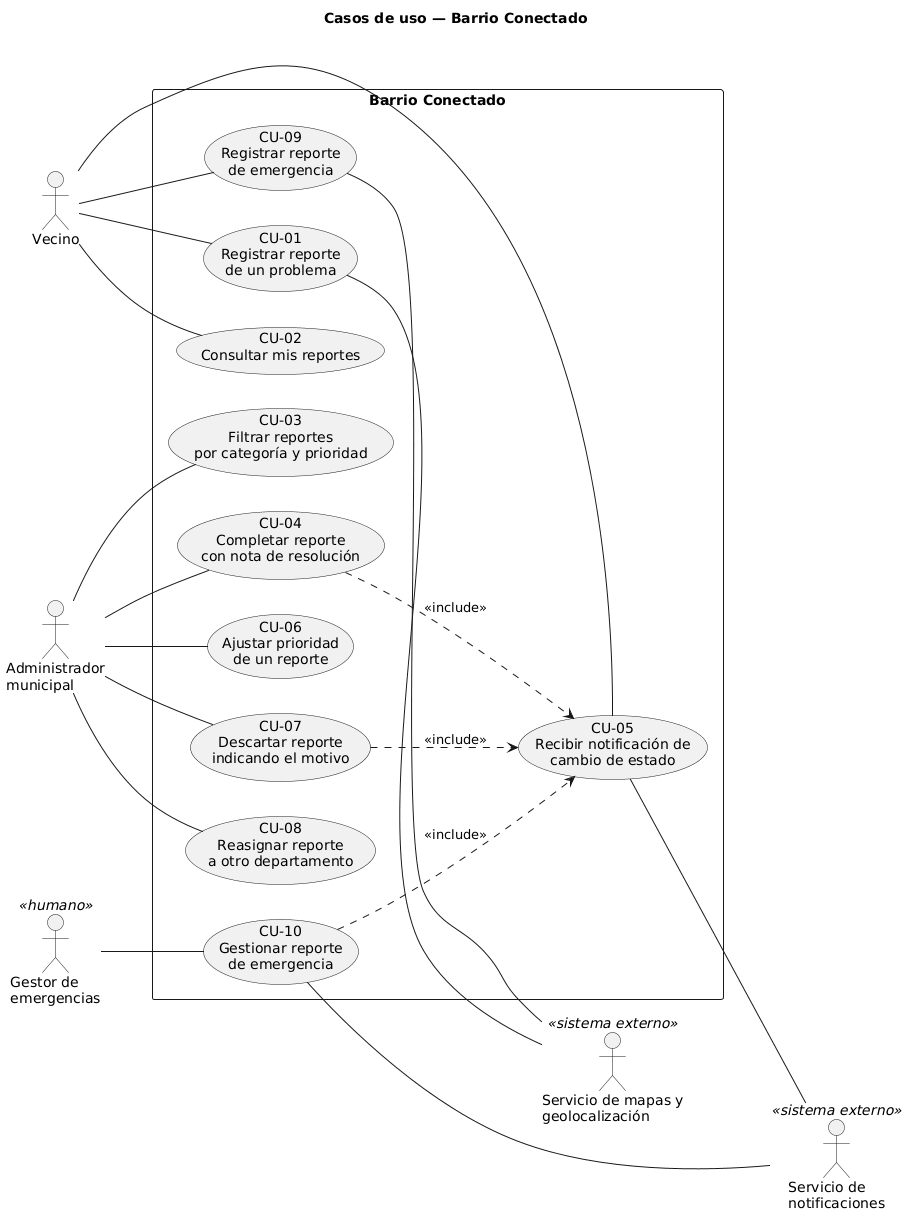
Earlier version of the PlantUML export diagramas/casos-de-uso.png (bruhmzk/Barrio-Conectado).
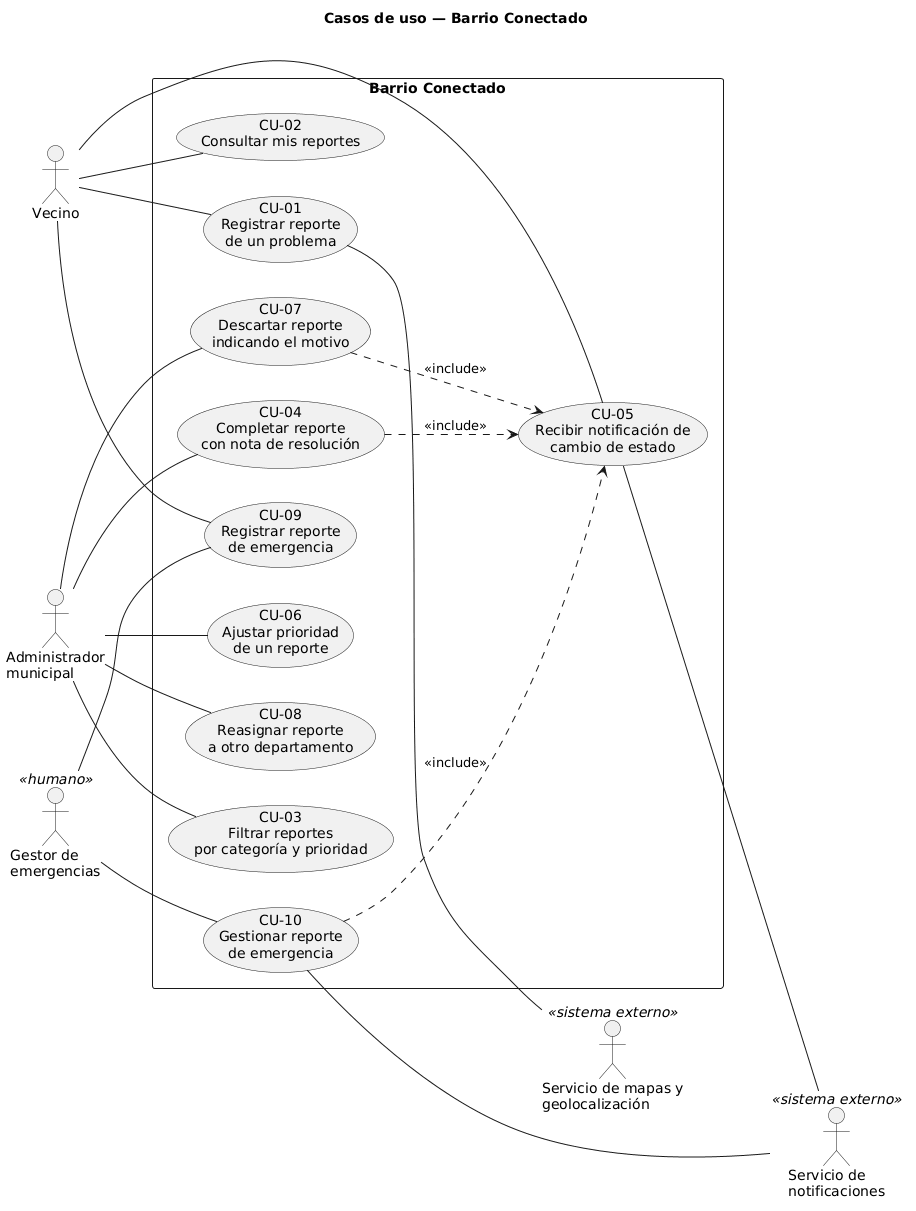
The same file after the commit.

Commit message:
feat: add casos-de-uso.png with CU-09 pointing to Gestor de emergencias

The edit, as a diff of the source:
```diff
@@ -36,7 +36,7 @@
 
 CU01 -- Mapas
 CU05 -- Notif
-CU09 -- Mapas
+CU09 -- Emer
 CU10 -- Notif
 
 CU04 ..> CU05 : <<include>>
```
